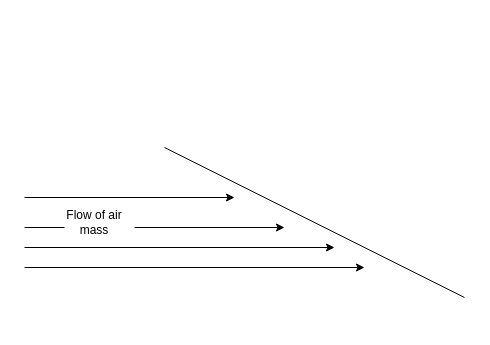
This is stability.drawio from jukkajo/satunnaista-tavaraa, a draw.io file, before an edit. Source tidied: cells renumbered, new cells numbered last; positions are measured from the earlier drawing's top-left corner, leaving out a move shared by most shapes. Both pictures are drawn from the tidied source at 100%, with x=0, y=0 at pixel (24, 147).
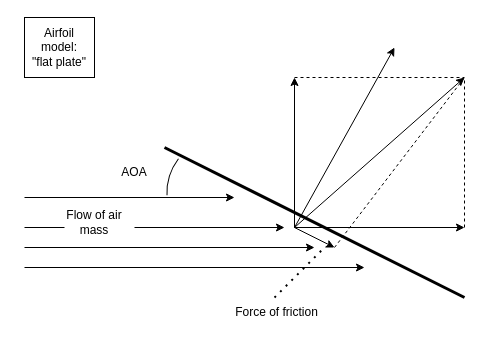
The same page after the edit.

The edit, as a diff of the source:
```diff
@@
+    <mxCell id="4" style="endArrow=none;html=1;rounded=0;strokeWidth=3;" parent="1" edge="1">
+      <mxGeometry relative="1" as="geometry">
+        <mxPoint x="440" y="150" as="sourcePoint" />
+        <mxPoint x="140" as="targetPoint" />
+      </mxGeometry>
+    </mxCell>
+    <mxCell id="9" style="endArrow=none;dashed=1;html=1;rounded=0;" parent="1" edge="1">
+      <mxGeometry relative="1" as="geometry">
+        <mxPoint x="310" y="100" as="sourcePoint" />
+        <mxPoint x="440" y="-70" as="targetPoint" />
+      </mxGeometry>
+    </mxCell>
@@
-    <mxCell id="4" style="endArrow=none;html=1;rounded=0;" parent="1" edge="1">
-      <mxGeometry relative="1" as="geometry">
-        <mxPoint x="440" y="150" as="sourcePoint" />
-        <mxPoint x="140" as="targetPoint" />
-      </mxGeometry>
-    </mxCell>
     <mxCell id="5" style="endArrow=classic;html=1;rounded=0;" parent="1" edge="1">
       <mxGeometry relative="1" as="geometry">
         <mxPoint y="100" as="sourcePoint" />
-        <mxPoint x="310" y="100" as="targetPoint" />
+        <mxPoint x="290" y="100" as="targetPoint" />
       </mxGeometry>
     </mxCell>
@@
+    <mxCell id="10" style="verticalLabelPosition=bottom;verticalAlign=top;html=1;shape=mxgraph.basic.arc;startAngle=0.8588157165845673;endAngle=0.9747492307754936;rotation=-45;" parent="1" vertex="1">
+      <mxGeometry x="140" y="-10" width="110" height="100" as="geometry" />
+    </mxCell>
+    <mxCell id="11" value="AOA" style="text;html=1;align=center;verticalAlign=middle;whiteSpace=wrap;rounded=0;" parent="1" vertex="1">
+      <mxGeometry x="80" y="10" width="60" height="30" as="geometry" />
+    </mxCell>
+    <mxCell id="12" style="endArrow=classic;html=1;rounded=0;" parent="1" edge="1">
+      <mxGeometry relative="1" as="geometry">
+        <mxPoint x="270" y="80" as="sourcePoint" />
+        <mxPoint x="270" y="-70" as="targetPoint" />
+      </mxGeometry>
+    </mxCell>
+    <mxCell id="13" style="endArrow=classic;html=1;rounded=0;" parent="1" edge="1">
+      <mxGeometry relative="1" as="geometry">
+        <mxPoint x="270" y="80" as="sourcePoint" />
+        <mxPoint x="440" y="80" as="targetPoint" />
+      </mxGeometry>
+    </mxCell>
+    <mxCell id="14" style="endArrow=classic;html=1;rounded=0;" parent="1" edge="1">
+      <mxGeometry relative="1" as="geometry">
+        <mxPoint x="270" y="80" as="sourcePoint" />
+        <mxPoint x="310" y="100" as="targetPoint" />
+      </mxGeometry>
+    </mxCell>
+    <mxCell id="15" style="endArrow=none;dashed=1;html=1;dashPattern=1 3;strokeWidth=2;rounded=0;" parent="1" edge="1">
+      <mxGeometry relative="1" as="geometry">
+        <mxPoint x="250" y="150" as="sourcePoint" />
+        <mxPoint x="300" y="100" as="targetPoint" />
+      </mxGeometry>
+    </mxCell>
+    <mxCell id="16" value="&lt;div&gt;Force of friction&lt;/div&gt;" style="text;html=1;align=center;verticalAlign=middle;whiteSpace=wrap;rounded=0;" parent="1" vertex="1">
+      <mxGeometry x="200" y="150" width="105" height="30" as="geometry" />
+    </mxCell>
+    <mxCell id="17" value="&lt;div&gt;Airfoil model:&lt;/div&gt;&lt;div&gt;&quot;flat plate&quot;&lt;/div&gt;" style="text;html=1;align=center;verticalAlign=middle;whiteSpace=wrap;rounded=0;strokeColor=default;" parent="1" vertex="1">
+      <mxGeometry y="-130" width="70" height="60" as="geometry" />
+    </mxCell>
+    <mxCell id="18" style="endArrow=none;dashed=1;html=1;rounded=0;" parent="1" edge="1">
+      <mxGeometry relative="1" as="geometry">
+        <mxPoint x="270" y="-70" as="sourcePoint" />
+        <mxPoint x="440" y="-70" as="targetPoint" />
+      </mxGeometry>
+    </mxCell>
+    <mxCell id="19" style="endArrow=none;dashed=1;html=1;rounded=0;" parent="1" edge="1">
+      <mxGeometry relative="1" as="geometry">
+        <mxPoint x="440" y="80" as="sourcePoint" />
+        <mxPoint x="440" y="-70" as="targetPoint" />
+      </mxGeometry>
+    </mxCell>
+    <mxCell id="20" style="endArrow=classic;html=1;rounded=0;" parent="1" edge="1">
+      <mxGeometry relative="1" as="geometry">
+        <mxPoint x="270" y="80" as="sourcePoint" />
+        <mxPoint x="440" y="-70" as="targetPoint" />
+      </mxGeometry>
+    </mxCell>
+    <mxCell id="21" style="endArrow=classic;html=1;rounded=0;" parent="1" edge="1">
+      <mxGeometry relative="1" as="geometry">
+        <mxPoint x="270" y="80" as="sourcePoint" />
+        <mxPoint x="370" y="-100" as="targetPoint" />
+      </mxGeometry>
+    </mxCell>
```
